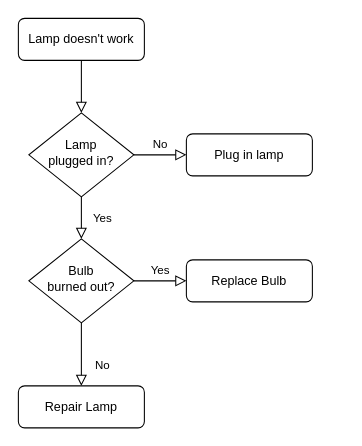
This is images/Untitled Diagram.drawio from Dortmund-Reus/testbd, a draw.io file, before an edit. Source tidied: cells renumbered, new cells numbered last; positions are measured from the earlier drawing's top-left corner, leaving out a move shared by most shapes. Both pictures are drawn from the tidied source at 105%, with x=0, y=0 at pixel (18, 18).
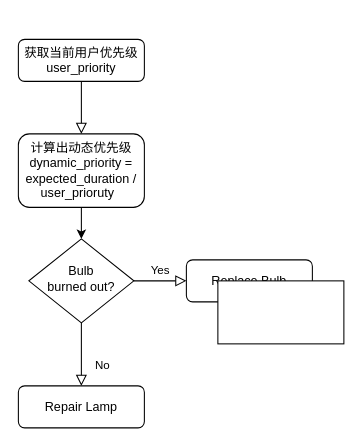
The same page after the edit.

Commit message:
user_priority

Diff of the diagram source:
```diff
@@
 <mxGraphModel>
   <root>
     <mxCell id="0" />
     <mxCell id="1" parent="0" />
-    <mxCell id="2" style="rounded=0;html=1;jettySize=auto;fontSize=11;endArrow=block;endFill=0;endSize=8;strokeWidth=1;shadow=0;labelBackgroundColor=none;edgeStyle=orthogonalEdgeStyle;" parent="1" edge="1" source="3" target="6">
-      <mxGeometry relative="1" as="geometry" />
+    <mxCell id="2" style="rounded=0;html=1;jettySize=auto;fontSize=11;endArrow=block;endFill=0;endSize=8;strokeWidth=1;shadow=0;labelBackgroundColor=none;edgeStyle=orthogonalEdgeStyle;" parent="1" edge="1" source="3">
+      <mxGeometry relative="1" as="geometry">
+        <mxPoint x="60" y="110" as="targetPoint" />
+      </mxGeometry>
     </mxCell>
-    <mxCell id="3" value="Lamp doesn't work" style="rounded=1;whiteSpace=wrap;html=1;fontSize=12;glass=0;strokeWidth=1;shadow=0;" parent="1" vertex="1">
-      <mxGeometry width="120" height="40" as="geometry" />
+    <mxCell id="3" value="获取当前用户优先级user_priority" style="rounded=1;whiteSpace=wrap;html=1;fontSize=12;glass=0;strokeWidth=1;shadow=0;" parent="1" vertex="1">
+      <mxGeometry y="20" width="120" height="40" as="geometry" />
     </mxCell>
-    <mxCell id="4" value="Yes" style="rounded=0;html=1;jettySize=auto;fontSize=11;endArrow=block;endFill=0;endSize=8;strokeWidth=1;shadow=0;labelBackgroundColor=none;edgeStyle=orthogonalEdgeStyle;" parent="1" edge="1" source="6" target="10">
-      <mxGeometry y="20" relative="1" as="geometry" />
-    </mxCell>
-    <mxCell id="5" value="No" style="edgeStyle=orthogonalEdgeStyle;rounded=0;html=1;jettySize=auto;fontSize=11;endArrow=block;endFill=0;endSize=8;strokeWidth=1;shadow=0;labelBackgroundColor=none;" parent="1" edge="1" source="6" target="7">
-      <mxGeometry y="10" relative="1" as="geometry" />
-    </mxCell>
-    <mxCell id="6" value="Lamp&lt;br&gt;plugged in?" style="rhombus;whiteSpace=wrap;html=1;shadow=0;fontFamily=Helvetica;fontSize=12;align=center;strokeWidth=1;spacing=6;spacingTop=-4;" parent="1" vertex="1">
-      <mxGeometry x="10" y="90" width="100" height="80" as="geometry" />
-    </mxCell>
-    <mxCell id="7" value="Plug in lamp" style="rounded=1;whiteSpace=wrap;html=1;fontSize=12;glass=0;strokeWidth=1;shadow=0;" parent="1" vertex="1">
-      <mxGeometry x="160" y="110" width="120" height="40" as="geometry" />
-    </mxCell>
     <mxCell id="8" value="No" style="rounded=0;html=1;jettySize=auto;fontSize=11;endArrow=block;endFill=0;endSize=8;strokeWidth=1;shadow=0;labelBackgroundColor=none;edgeStyle=orthogonalEdgeStyle;" parent="1" edge="1" source="10" target="11">
       <mxGeometry x="0.33" y="20" relative="1" as="geometry" />
     </mxCell>
     <mxCell id="9" value="Yes" style="edgeStyle=orthogonalEdgeStyle;rounded=0;html=1;jettySize=auto;fontSize=11;endArrow=block;endFill=0;endSize=8;strokeWidth=1;shadow=0;labelBackgroundColor=none;" parent="1" edge="1" source="10" target="12">
       <mxGeometry y="10" relative="1" as="geometry" />
     </mxCell>
     <mxCell id="10" value="Bulb&lt;br&gt;burned out?" style="rhombus;whiteSpace=wrap;html=1;shadow=0;fontFamily=Helvetica;fontSize=12;align=center;strokeWidth=1;spacing=6;spacingTop=-4;" parent="1" vertex="1">
       <mxGeometry x="10" y="210" width="100" height="80" as="geometry" />
     </mxCell>
     <mxCell id="11" value="Repair Lamp" style="rounded=1;whiteSpace=wrap;html=1;fontSize=12;glass=0;strokeWidth=1;shadow=0;" parent="1" vertex="1">
       <mxGeometry y="350" width="120" height="40" as="geometry" />
     </mxCell>
     <mxCell id="12" value="Replace Bulb" style="rounded=1;whiteSpace=wrap;html=1;fontSize=12;glass=0;strokeWidth=1;shadow=0;" parent="1" vertex="1">
       <mxGeometry x="160" y="230" width="120" height="40" as="geometry" />
     </mxCell>
+    <mxCell id="13" style="rounded=0;whiteSpace=wrap;html=1;" parent="1" vertex="1">
+      <mxGeometry x="190" y="250" width="120" height="60" as="geometry" />
+    </mxCell>
+    <mxCell id="14" style="edgeStyle=orthogonalEdgeStyle;rounded=0;jettySize=auto;html=1;exitX=0.5;exitY=1;exitDx=0;exitDy=0;entryX=0.5;entryY=0;entryDx=0;entryDy=0;" parent="1" edge="1" source="15" target="10">
+      <mxGeometry relative="1" as="geometry" />
+    </mxCell>
+    <mxCell id="15" value="计算出动态优先级&lt;br&gt;dynamic_priority = expected_duration / user_prioruty&amp;nbsp;&amp;nbsp;" style="rounded=1;whiteSpace=wrap;html=1;" parent="1" vertex="1">
+      <mxGeometry y="110" width="120" height="70" as="geometry" />
+    </mxCell>
   </root>
 </mxGraphModel>
```
